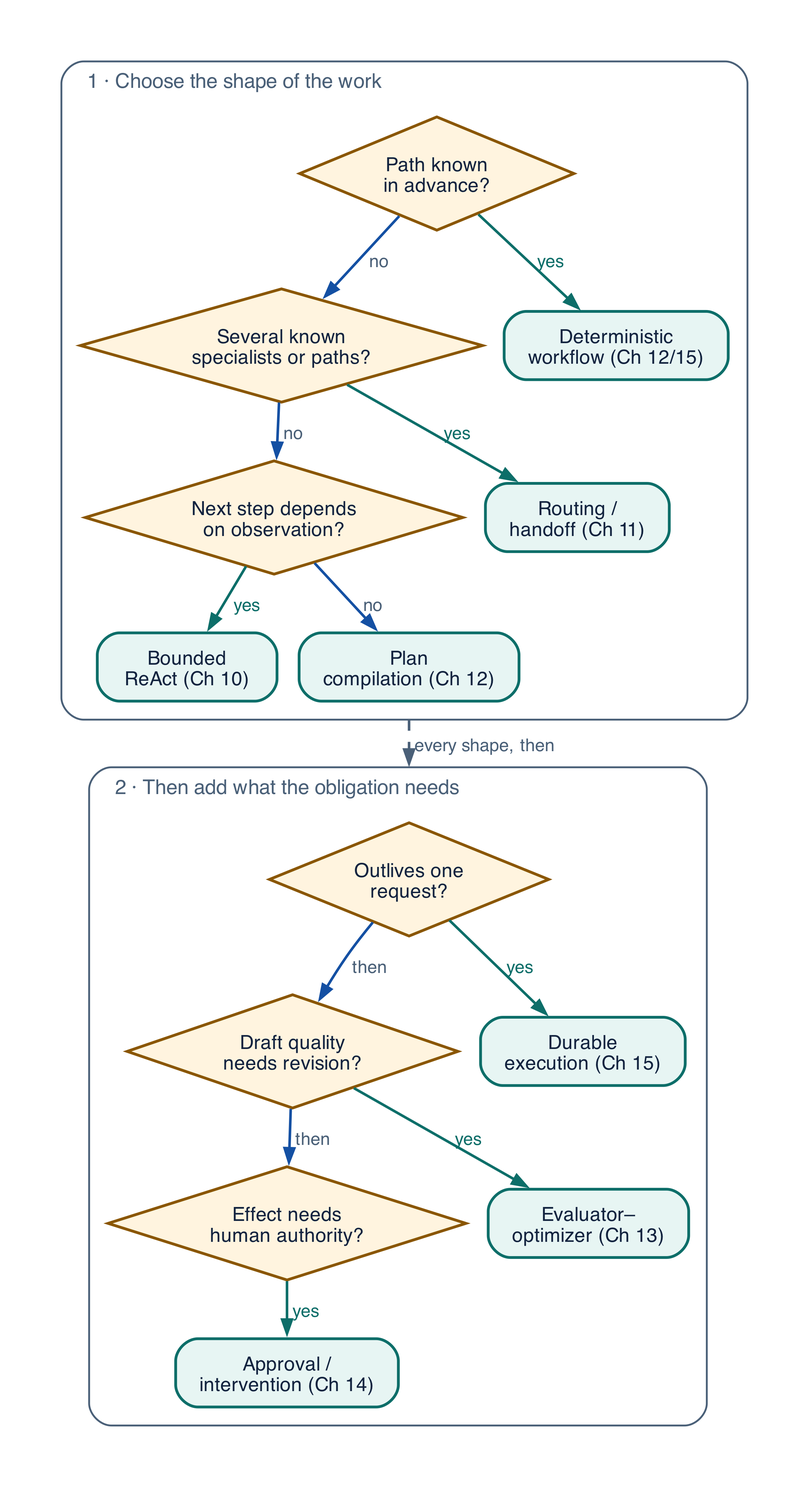
This is assets/diagrams/pattern-decision-tree.png from rrahimi-uci/building-enterprise-general-intelligence, a Graphviz export, as it was before one commit. Its source is kept beside it as assets/diagrams/src/pattern-decision-tree.gv.
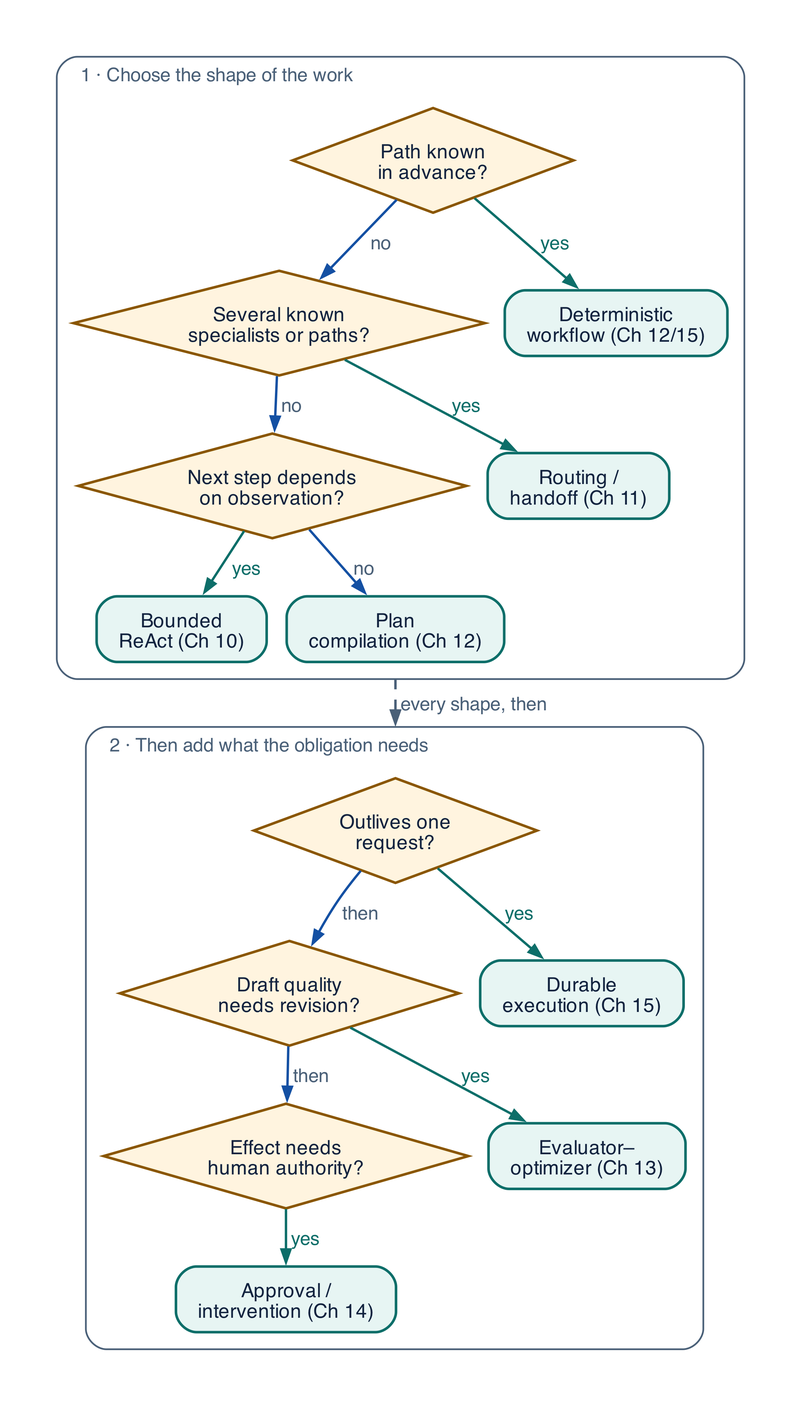
The same file after the commit.

The edit, as a diff of the source:
```diff
@@ -2,8 +2,8 @@
   rankdir = TB
   compound = true
   graph [ranksep=0.30, nodesep=0.16]
-  node [width=1.35, fontsize=10.5]
-  edge [fontsize=9.5]
+  node [width=1.35, fontsize=11.5]
+  edge [fontsize=11]
 
   subgraph cluster_shape {
     label="  1 · Choose the shape of the work  "; labeljust="l"; fontsize=11; fontcolor="#4A6078"
```
